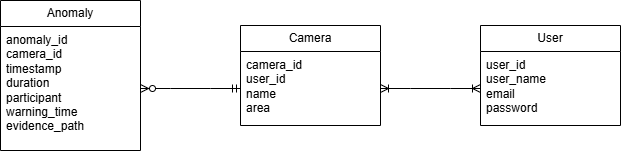
This is backend/ER-Diagram.png from LongNgd/COS40006-G1B, a draw.io export, as it was before one commit. Source tidied: cells renumbered, new cells last; positions are measured from the earlier drawing's top-left corner, leaving out a move shared by most shapes.
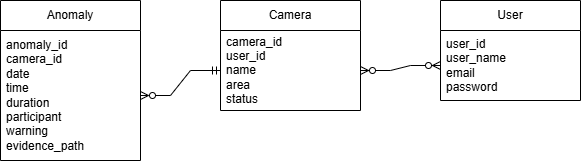
Later version of the same file.

Change to the diagram source:
```diff
@@ -2,29 +2,29 @@
   <root>
     <mxCell id="0" />
     <mxCell id="1" parent="0" />
-    <mxCell id="2" value="Anomaly" style="swimlane;fontStyle=0;horizontal=1;startSize=26;fillColor=none;whiteSpace=wrap;html=1;" parent="1" vertex="1">
-      <mxGeometry width="140" height="150" as="geometry" />
+    <mxCell id="2" value="Anomaly" style="swimlane;fontStyle=0;horizontal=1;startSize=30;whiteSpace=wrap;html=1;" parent="1" vertex="1">
+      <mxGeometry x="480" y="-710" width="140" height="160" as="geometry" />
     </mxCell>
-    <mxCell id="3" value="anomaly_id&amp;nbsp;&lt;div&gt;camera_id&amp;nbsp;&lt;br&gt;&lt;div&gt;timestamp&lt;/div&gt;&lt;div&gt;duration&lt;/div&gt;&lt;div&gt;participant&lt;/div&gt;&lt;div&gt;warning_time&lt;/div&gt;&lt;div&gt;evidence_path&lt;/div&gt;&lt;div&gt;&lt;br&gt;&lt;/div&gt;&lt;/div&gt;" style="text;strokeColor=none;fillColor=none;align=left;verticalAlign=top;spacingLeft=4;spacingRight=4;overflow=hidden;points=[[0,0.5],[1,0.5]];portConstraint=eastwest;whiteSpace=wrap;html=1;" parent="2" vertex="1">
-      <mxGeometry y="26" width="140" height="124" as="geometry" />
-    </mxCell>
+    <mxCell id="10" value="anomaly_id&lt;div&gt;camera_id&lt;/div&gt;&lt;div&gt;date&lt;/div&gt;&lt;div&gt;time&lt;/div&gt;&lt;div&gt;duration&lt;/div&gt;&lt;div&gt;participant&lt;/div&gt;&lt;div&gt;warning&lt;/div&gt;&lt;div&gt;evidence_path&lt;/div&gt;" style="text;strokeColor=none;fillColor=none;align=left;verticalAlign=middle;spacingLeft=4;spacingRight=4;overflow=hidden;points=[[0,0.5],[1,0.5]];portConstraint=eastwest;whiteSpace=wrap;html=1;" parent="2" vertex="1">
+      <mxGeometry y="30" width="140" height="130" as="geometry" />
+    </mxCell>
-    <mxCell id="4" value="Camera" style="swimlane;fontStyle=0;horizontal=1;startSize=26;fillColor=none;whiteSpace=wrap;html=1;" parent="1" vertex="1">
-      <mxGeometry x="240" y="25" width="140" height="100" as="geometry" />
+    <mxCell id="4" value="Camera" style="swimlane;fontStyle=0;horizontal=1;startSize=30;whiteSpace=wrap;html=1;" parent="1" vertex="1">
+      <mxGeometry x="700" y="-710" width="140" height="110" as="geometry" />
     </mxCell>
-    <mxCell id="5" value="camera_id&amp;nbsp;&lt;div&gt;user_id&amp;nbsp;&lt;/div&gt;&lt;div&gt;name&lt;/div&gt;&lt;div&gt;area&lt;/div&gt;" style="text;strokeColor=none;fillColor=none;align=left;verticalAlign=top;spacingLeft=4;spacingRight=4;overflow=hidden;points=[[0,0.5],[1,0.5]];portConstraint=eastwest;whiteSpace=wrap;html=1;" parent="4" vertex="1">
-      <mxGeometry y="26" width="140" height="74" as="geometry" />
-    </mxCell>
-    <mxCell id="6" style="edgeStyle=entityRelationEdgeStyle;fontSize=12;html=1;endArrow=ERzeroToMany;endFill=1;rounded=0;entryX=1;entryY=0.5;entryDx=0;entryDy=0;exitX=0;exitY=0.5;exitDx=0;exitDy=0;startArrow=ERmandOne;startFill=0;" parent="1" edge="1" source="5" target="3">
-      <mxGeometry relative="1" as="geometry" />
-    </mxCell>
+    <mxCell id="11" value="camera_id&lt;div&gt;user_id&lt;/div&gt;&lt;div&gt;name&lt;/div&gt;&lt;div&gt;area&lt;/div&gt;&lt;div&gt;status&lt;/div&gt;" style="text;strokeColor=none;fillColor=none;align=left;verticalAlign=middle;spacingLeft=4;spacingRight=4;overflow=hidden;points=[[0,0.5],[1,0.5]];portConstraint=eastwest;whiteSpace=wrap;html=1;" parent="4" vertex="1">
+      <mxGeometry y="30" width="140" height="80" as="geometry" />
+    </mxCell>
-    <mxCell id="7" value="User" style="swimlane;fontStyle=0;horizontal=1;startSize=26;fillColor=none;whiteSpace=wrap;html=1;" parent="1" vertex="1">
-      <mxGeometry x="480" y="25" width="140" height="100" as="geometry" />
+    <mxCell id="7" value="User" style="swimlane;fontStyle=0;horizontal=1;startSize=30;whiteSpace=wrap;html=1;" parent="1" vertex="1">
+      <mxGeometry x="920" y="-710" width="140" height="100" as="geometry" />
     </mxCell>
-    <mxCell id="8" value="user_id&lt;div&gt;user_name&lt;/div&gt;&lt;div&gt;email&lt;/div&gt;&lt;div&gt;password&lt;/div&gt;" style="text;strokeColor=none;fillColor=none;align=left;verticalAlign=top;spacingLeft=4;spacingRight=4;overflow=hidden;points=[[0,0.5],[1,0.5]];portConstraint=eastwest;whiteSpace=wrap;html=1;" parent="7" vertex="1">
-      <mxGeometry y="26" width="140" height="74" as="geometry" />
+    <mxCell id="8" value="user_id&lt;div&gt;user_name&lt;/div&gt;&lt;div&gt;email&lt;/div&gt;&lt;div&gt;password&lt;/div&gt;" style="text;strokeColor=none;fillColor=none;align=left;verticalAlign=middle;spacingLeft=4;spacingRight=4;overflow=hidden;points=[[0,0.5],[1,0.5]];portConstraint=eastwest;whiteSpace=wrap;html=1;" parent="7" vertex="1">
+      <mxGeometry y="30" width="140" height="70" as="geometry" />
     </mxCell>
-    <mxCell id="9" style="edgeStyle=entityRelationEdgeStyle;fontSize=12;html=1;endArrow=ERoneToMany;startArrow=ERoneToMany;rounded=0;entryX=0;entryY=0.5;entryDx=0;entryDy=0;exitX=1;exitY=0.5;exitDx=0;exitDy=0;startFill=0;endFill=0;" parent="1" edge="1" source="5" target="8">
-      <mxGeometry relative="1" as="geometry" />
-    </mxCell>
+    <mxCell id="12" style="edgeStyle=entityRelationEdgeStyle;fontSize=12;html=1;endArrow=ERzeroToMany;endFill=1;startArrow=ERzeroToMany;rounded=0;entryX=0;entryY=0.5;entryDx=0;entryDy=0;exitX=1;exitY=0.5;exitDx=0;exitDy=0;" parent="1" edge="1" source="11" target="8">
+      <mxGeometry relative="1" as="geometry" />
+    </mxCell>
+    <mxCell id="13" style="edgeStyle=entityRelationEdgeStyle;fontSize=12;html=1;endArrow=ERzeroToMany;startArrow=ERmandOne;rounded=0;entryX=1;entryY=0.5;entryDx=0;entryDy=0;exitX=0;exitY=0.5;exitDx=0;exitDy=0;startFill=0;endFill=0;" parent="1" edge="1" source="11" target="10">
+      <mxGeometry relative="1" as="geometry" />
+    </mxCell>
   </root>
 </mxGraphModel>
```
